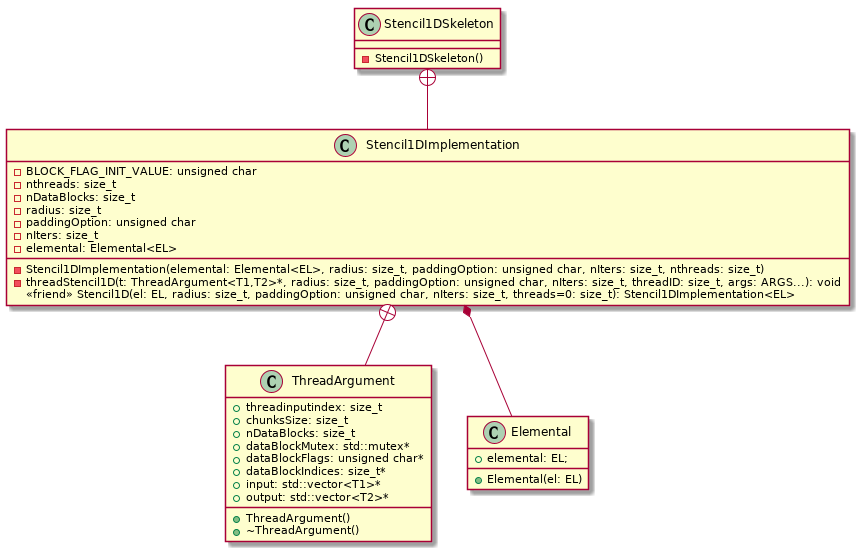
Earlier version of the PlantUML export ed/stencil/uml/stencil1d.png (shengsli/shengsli.github.io).
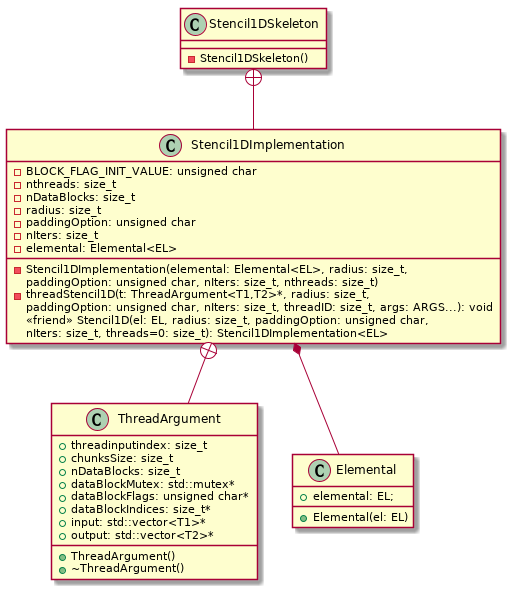
Later version of the same file.

What changed in the source:
```diff
@@ -10,9 +10,12 @@
 - paddingOption: unsigned char
 - nIters: size_t
 - elemental: Elemental<EL>
-- Stencil1DImplementation(elemental: Elemental<EL>, radius: size_t, paddingOption: unsigned char, nIters: size_t, nthreads: size_t)
-- threadStencil1D(t: ThreadArgument<T1,T2>*, radius: size_t, paddingOption: unsigned char, nIters: size_t, threadID: size_t, args: ARGS...): void
-<<friend>> Stencil1D(el: EL, radius: size_t, paddingOption: unsigned char, nIters: size_t, threads=0: size_t): Stencil1DImplementation<EL>
+- Stencil1DImplementation(elemental: Elemental<EL>, radius: size_t,
+paddingOption: unsigned char, nIters: size_t, nthreads: size_t)
+- threadStencil1D(t: ThreadArgument<T1,T2>*, radius: size_t,
+paddingOption: unsigned char, nIters: size_t, threadID: size_t, args: ARGS...): void
+<<friend>> Stencil1D(el: EL, radius: size_t, paddingOption: unsigned char,
+nIters: size_t, threads=0: size_t): Stencil1DImplementation<EL>
 }
 class ThreadArgument {
 + threadinputindex: size_t
```
